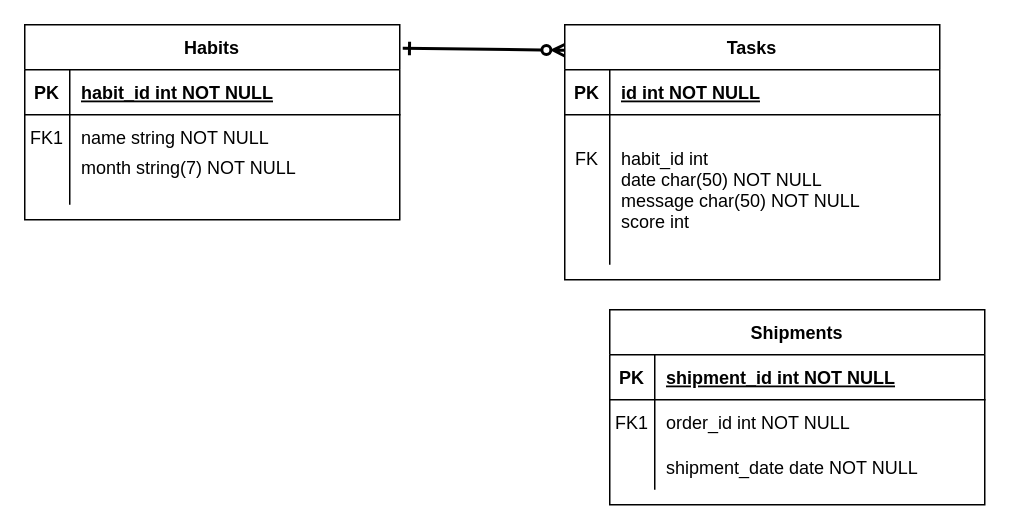
This is ERD.drawio from atomz520/full-stack-vue, a draw.io file, before an edit. Source tidied: cells renumbered, new cells numbered last; positions are measured from the earlier drawing's top-left corner, leaving out a move shared by most shapes. Both pictures are drawn from the tidied source at 150%, with x=0, y=0 at pixel (24, 24).
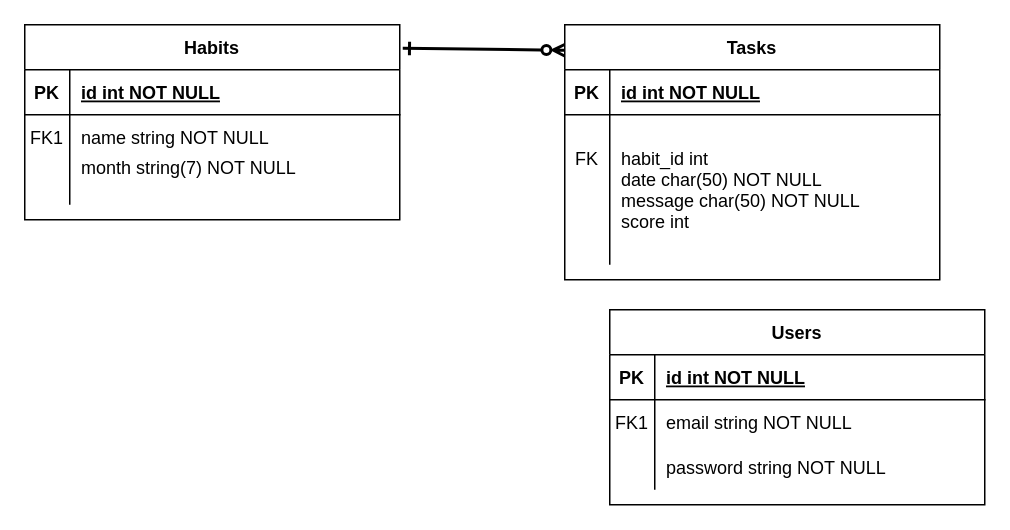
After the change.

Unchanged cells that the change refers to:
```xml
<mxCell id="4" style="shape=partialRectangle;fillColor=none;top=0;left=0;right=0;bottom=1;" parent="3" vertex="1">
  <mxGeometry y="30" width="250" height="30" as="geometry" />
</mxCell>
<mxCell id="14" style="shape=partialRectangle;fillColor=none;top=0;left=0;right=0;bottom=1;" parent="13" vertex="1">
  <mxGeometry y="30" width="250" height="30" as="geometry" />
</mxCell>
<mxCell id="17" style="shape=partialRectangle;fillColor=none;top=0;left=0;right=0;bottom=0;" parent="13" vertex="1">
  <mxGeometry y="60" width="250" height="30" as="geometry" />
</mxCell>
<mxCell id="20" style="shape=partialRectangle;fillColor=none;top=0;left=0;right=0;bottom=0;" parent="13" vertex="1">
  <mxGeometry y="90" width="250" height="30" as="geometry" />
</mxCell>
```

The edit, as a diff of the source:
```diff
@@
-    <mxCell id="6" value="habit_id int NOT NULL " style="shape=partialRectangle;overflow=hidden;fillColor=none;top=0;left=0;bottom=0;right=0;align=left;spacingLeft=6;fontStyle=5;" parent="4" vertex="1">
+    <mxCell id="6" value="id int NOT NULL " style="shape=partialRectangle;overflow=hidden;fillColor=none;top=0;left=0;bottom=0;right=0;align=left;spacingLeft=6;fontStyle=5;" parent="4" vertex="1">
       <mxGeometry x="30" width="220" height="30" as="geometry" />
     </mxCell>
@@
-    <mxCell id="13" value="Shipments" style="shape=table;startSize=30;childLayout=tableLayout;rowLines=0;fontStyle=1;align=center;" parent="1" vertex="1">
+    <mxCell id="13" value="Users" style="shape=table;startSize=30;childLayout=tableLayout;rowLines=0;fontStyle=1;align=center;" parent="1" vertex="1">
       <mxGeometry x="390" y="190" width="250" height="130" as="geometry" />
     </mxCell>
@@
-    <mxCell id="16" value="shipment_id int NOT NULL " style="shape=partialRectangle;overflow=hidden;fillColor=none;top=0;left=0;bottom=0;right=0;align=left;spacingLeft=6;fontStyle=5;" parent="14" vertex="1">
+    <mxCell id="16" value="id int NOT NULL " style="shape=partialRectangle;overflow=hidden;fillColor=none;top=0;left=0;bottom=0;right=0;align=left;spacingLeft=6;fontStyle=5;" parent="14" vertex="1">
       <mxGeometry x="30" width="220" height="30" as="geometry" />
     </mxCell>
@@
-    <mxCell id="19" value="order_id int NOT NULL" style="shape=partialRectangle;overflow=hidden;fillColor=none;top=0;left=0;bottom=0;right=0;align=left;spacingLeft=6;" parent="17" vertex="1">
+    <mxCell id="19" value="email string NOT NULL" style="shape=partialRectangle;overflow=hidden;fillColor=none;top=0;left=0;bottom=0;right=0;align=left;spacingLeft=6;" parent="17" vertex="1">
       <mxGeometry x="30" width="220" height="30" as="geometry" />
     </mxCell>
@@
-    <mxCell id="22" value="shipment_date date NOT NULL" style="shape=partialRectangle;overflow=hidden;fillColor=none;top=0;left=0;bottom=0;right=0;align=left;spacingLeft=6;" parent="20" vertex="1">
+    <mxCell id="22" value="password string NOT NULL" style="shape=partialRectangle;overflow=hidden;fillColor=none;top=0;left=0;bottom=0;right=0;align=left;spacingLeft=6;" parent="20" vertex="1">
       <mxGeometry x="30" width="220" height="30" as="geometry" />
     </mxCell>
```
